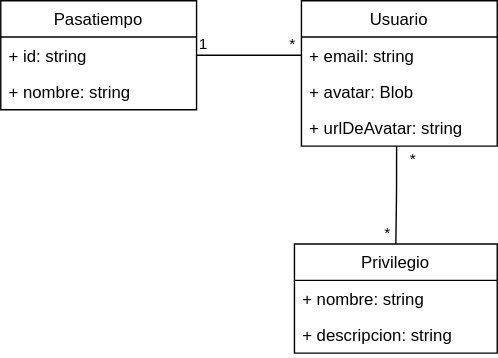
Above: img/clases_bd.svg in gilpgdm/gilpgdm.github.io (draw.io), before the change. Source tidied: cells renumbered, new cells last; positions are measured from the earlier drawing's top-left corner, leaving out a move shared by most shapes.
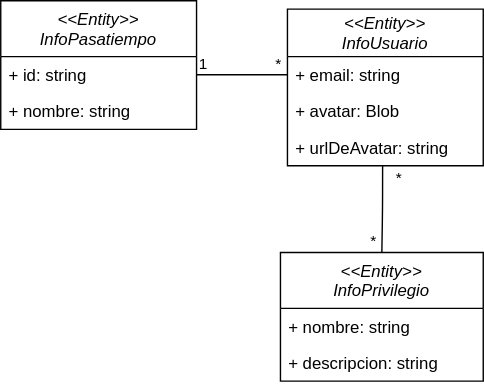
After the change.

The edit, as a diff of the source:
```diff
@@ -13,15 +13,6 @@
         <mxPoint x="-4" as="offset" />
       </mxGeometry>
     </mxCell>
-    <mxCell id="5" value="Pasatiempo" style="swimlane;fontStyle=0;horizontal=1;startSize=26;fillColor=none;" parent="1" vertex="1">
-      <mxGeometry width="140" height="78" as="geometry" />
-    </mxCell>
-    <mxCell id="6" value="+ id: string" style="text;strokeColor=none;fillColor=none;align=left;verticalAlign=top;spacingLeft=4;spacingRight=4;overflow=hidden;points=[[0,0.5],[1,0.5]];portConstraint=eastwest;" parent="5" vertex="1">
-      <mxGeometry y="26" width="140" height="26" as="geometry" />
-    </mxCell>
-    <mxCell id="7" value="+ nombre: string" style="text;strokeColor=none;fillColor=none;align=left;verticalAlign=top;spacingLeft=4;spacingRight=4;overflow=hidden;" parent="5" vertex="1">
-      <mxGeometry y="52" width="140" height="26" as="geometry" />
-    </mxCell>
     <mxCell id="8" style="endArrow=none;html=1;edgeStyle=orthogonalEdgeStyle;exitX=0.486;exitY=1;exitDx=0;exitDy=0;exitPerimeter=0;entryX=0.5;entryY=0;entryDx=0;entryDy=0;" parent="1" edge="1" source="14" target="15">
       <mxGeometry relative="1" as="geometry" />
     </mxCell>
@@ -35,26 +26,35 @@
         <mxPoint x="-4" as="offset" />
       </mxGeometry>
     </mxCell>
-    <mxCell id="11" value="Usuario" style="swimlane;fontStyle=0;horizontal=1;startSize=26;fillColor=none;" parent="1" vertex="1">
-      <mxGeometry x="215" width="140" height="104" as="geometry" />
+    <mxCell id="11" value="&lt;&lt;Entity&gt;&gt;&#10;InfoUsuario" style="swimlane;fontStyle=2;horizontal=1;startSize=34;fillColor=none;" parent="1" vertex="1">
+      <mxGeometry x="215" width="140" height="112" as="geometry" />
     </mxCell>
     <mxCell id="12" value="+ email: string" style="text;strokeColor=none;fillColor=none;align=left;verticalAlign=top;spacingLeft=4;spacingRight=4;overflow=hidden;points=[[0,0.5],[1,0.5]];portConstraint=eastwest;" parent="11" vertex="1">
-      <mxGeometry y="26" width="140" height="26" as="geometry" />
+      <mxGeometry y="34" width="140" height="26" as="geometry" />
     </mxCell>
     <mxCell id="13" value="+ avatar: Blob" style="text;strokeColor=none;fillColor=none;align=left;verticalAlign=top;spacingLeft=4;spacingRight=4;overflow=hidden;" parent="11" vertex="1">
-      <mxGeometry y="52" width="140" height="26" as="geometry" />
+      <mxGeometry y="60" width="140" height="26" as="geometry" />
     </mxCell>
     <mxCell id="14" value="+ urlDeAvatar: string" style="text;strokeColor=none;fillColor=none;align=left;verticalAlign=top;spacingLeft=4;spacingRight=4;overflow=hidden;points=[[0,0.5],[1,0.5]];portConstraint=eastwest;" parent="11" vertex="1">
-      <mxGeometry y="78" width="140" height="26" as="geometry" />
+      <mxGeometry y="86" width="140" height="26" as="geometry" />
     </mxCell>
-    <mxCell id="15" value="Privilegio" style="swimlane;fontStyle=0;horizontal=1;startSize=26;fillColor=none;" parent="1" vertex="1">
-      <mxGeometry x="210" y="174" width="145" height="78" as="geometry" />
+    <mxCell id="15" value="&lt;&lt;Entity&gt;&gt;&#10;InfoPrivilegio" style="swimlane;fontStyle=2;horizontal=1;startSize=40;fillColor=none;" parent="1" vertex="1">
+      <mxGeometry x="210" y="174" width="145" height="92" as="geometry" />
     </mxCell>
     <mxCell id="16" value="+ nombre: string" style="text;strokeColor=none;fillColor=none;align=left;verticalAlign=top;spacingLeft=4;spacingRight=4;overflow=hidden;" parent="15" vertex="1">
-      <mxGeometry y="26" width="145" height="26" as="geometry" />
+      <mxGeometry y="40" width="145" height="26" as="geometry" />
     </mxCell>
     <mxCell id="17" value="+ descripcion: string" style="text;strokeColor=none;fillColor=none;align=left;verticalAlign=top;spacingLeft=4;spacingRight=4;overflow=hidden;" parent="15" vertex="1">
-      <mxGeometry y="52" width="145" height="26" as="geometry" />
+      <mxGeometry y="66" width="145" height="26" as="geometry" />
     </mxCell>
+    <mxCell id="5" value="&lt;&lt;Entity&gt;&gt;&#10;InfoPasatiempo" style="swimlane;fontStyle=2;horizontal=1;startSize=40;fillColor=none;" parent="1" vertex="1">
+      <mxGeometry x="10" y="-6" width="140" height="92" as="geometry" />
+    </mxCell>
+    <mxCell id="6" value="+ id: string" style="text;strokeColor=none;fillColor=none;align=left;verticalAlign=top;spacingLeft=4;spacingRight=4;overflow=hidden;points=[[0,0.5],[1,0.5]];portConstraint=eastwest;" parent="5" vertex="1">
+      <mxGeometry y="40" width="140" height="26" as="geometry" />
+    </mxCell>
+    <mxCell id="7" value="+ nombre: string" style="text;strokeColor=none;fillColor=none;align=left;verticalAlign=top;spacingLeft=4;spacingRight=4;overflow=hidden;" parent="5" vertex="1">
+      <mxGeometry y="66" width="140" height="26" as="geometry" />
+    </mxCell>
   </root>
 </mxGraphModel>
```
